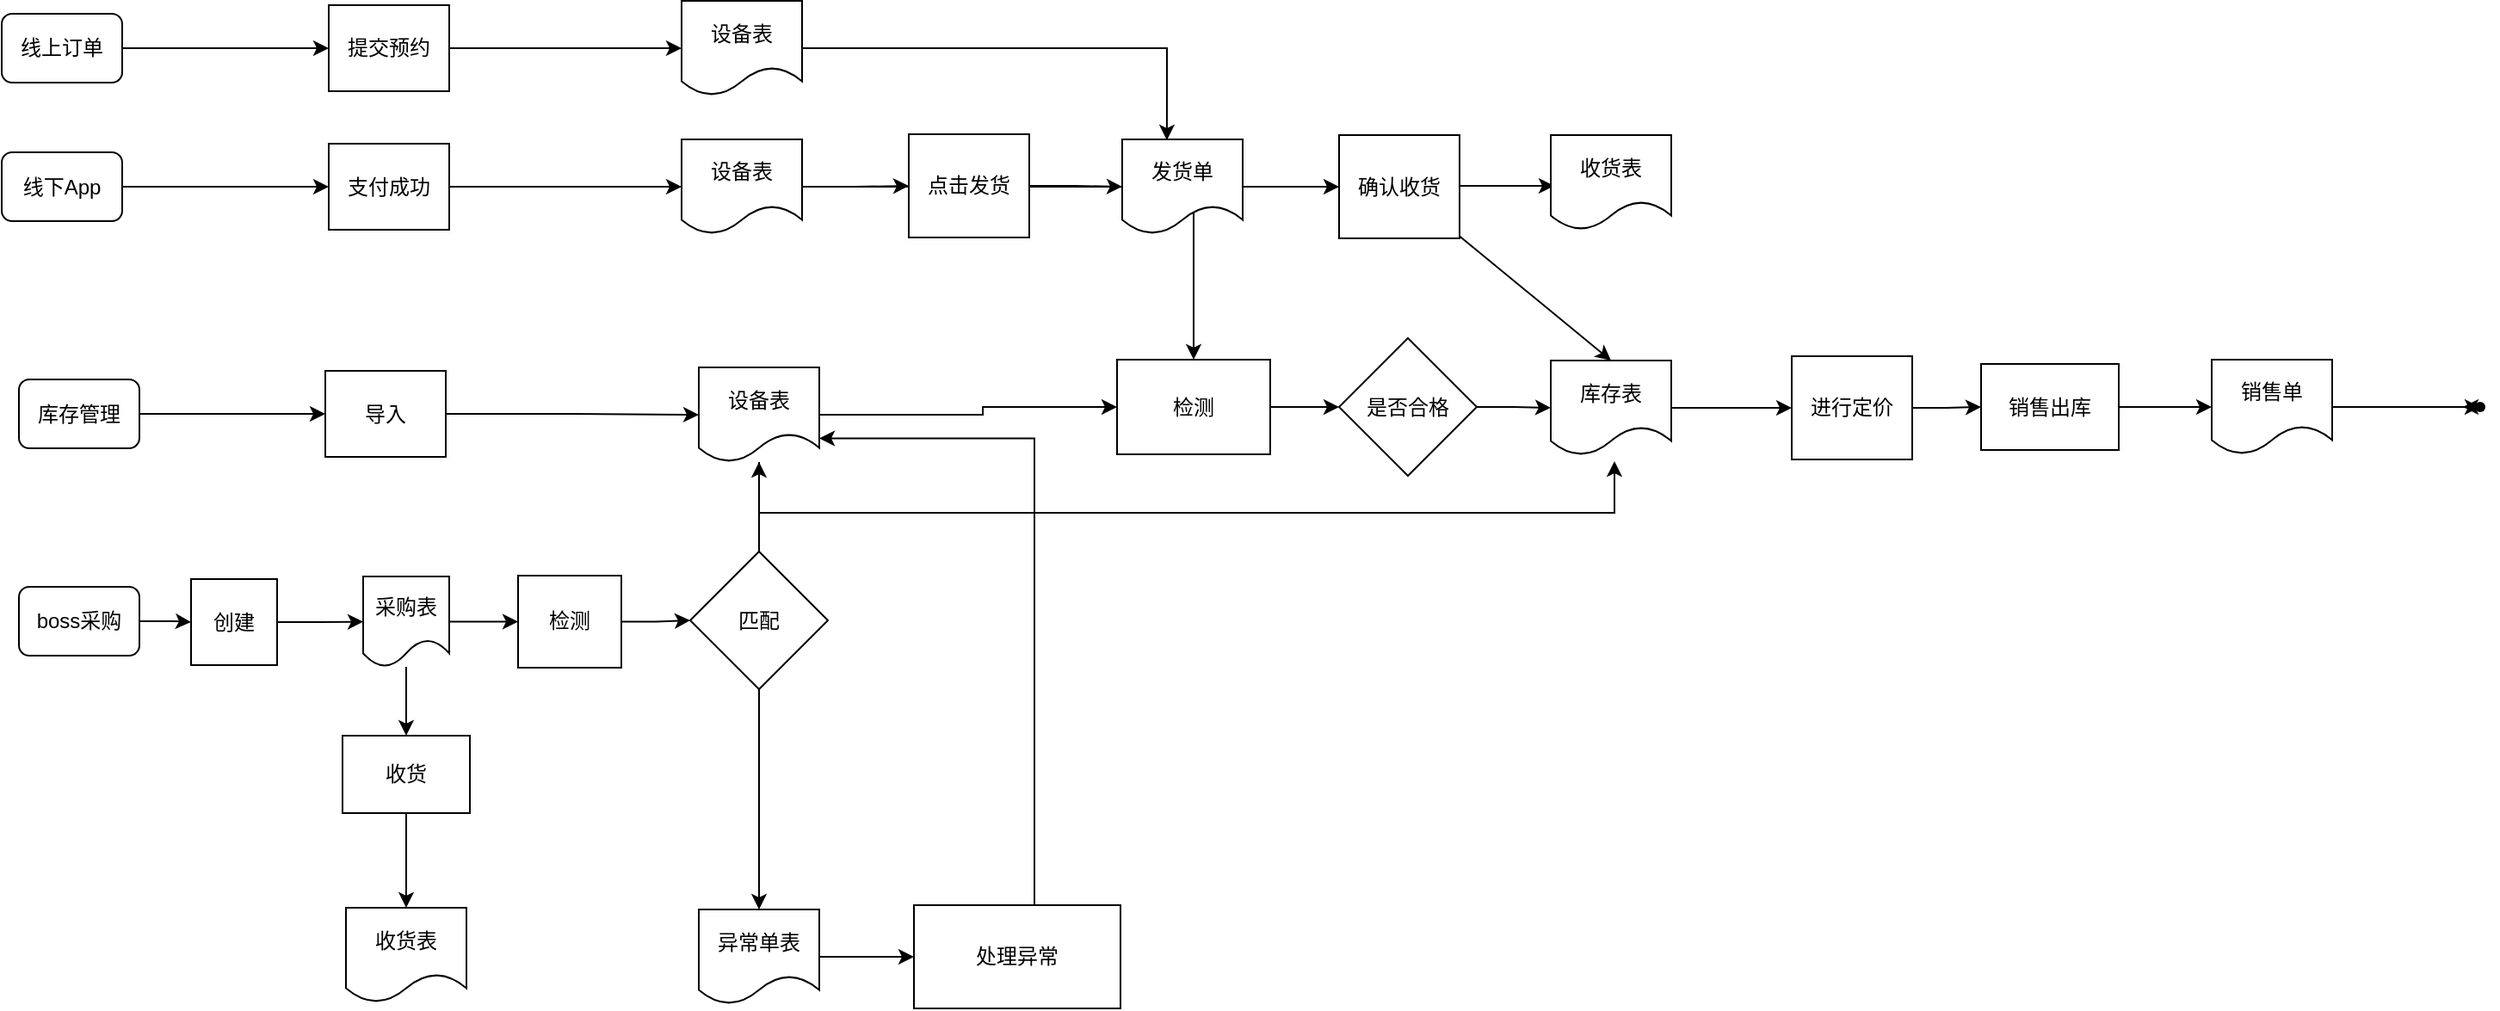
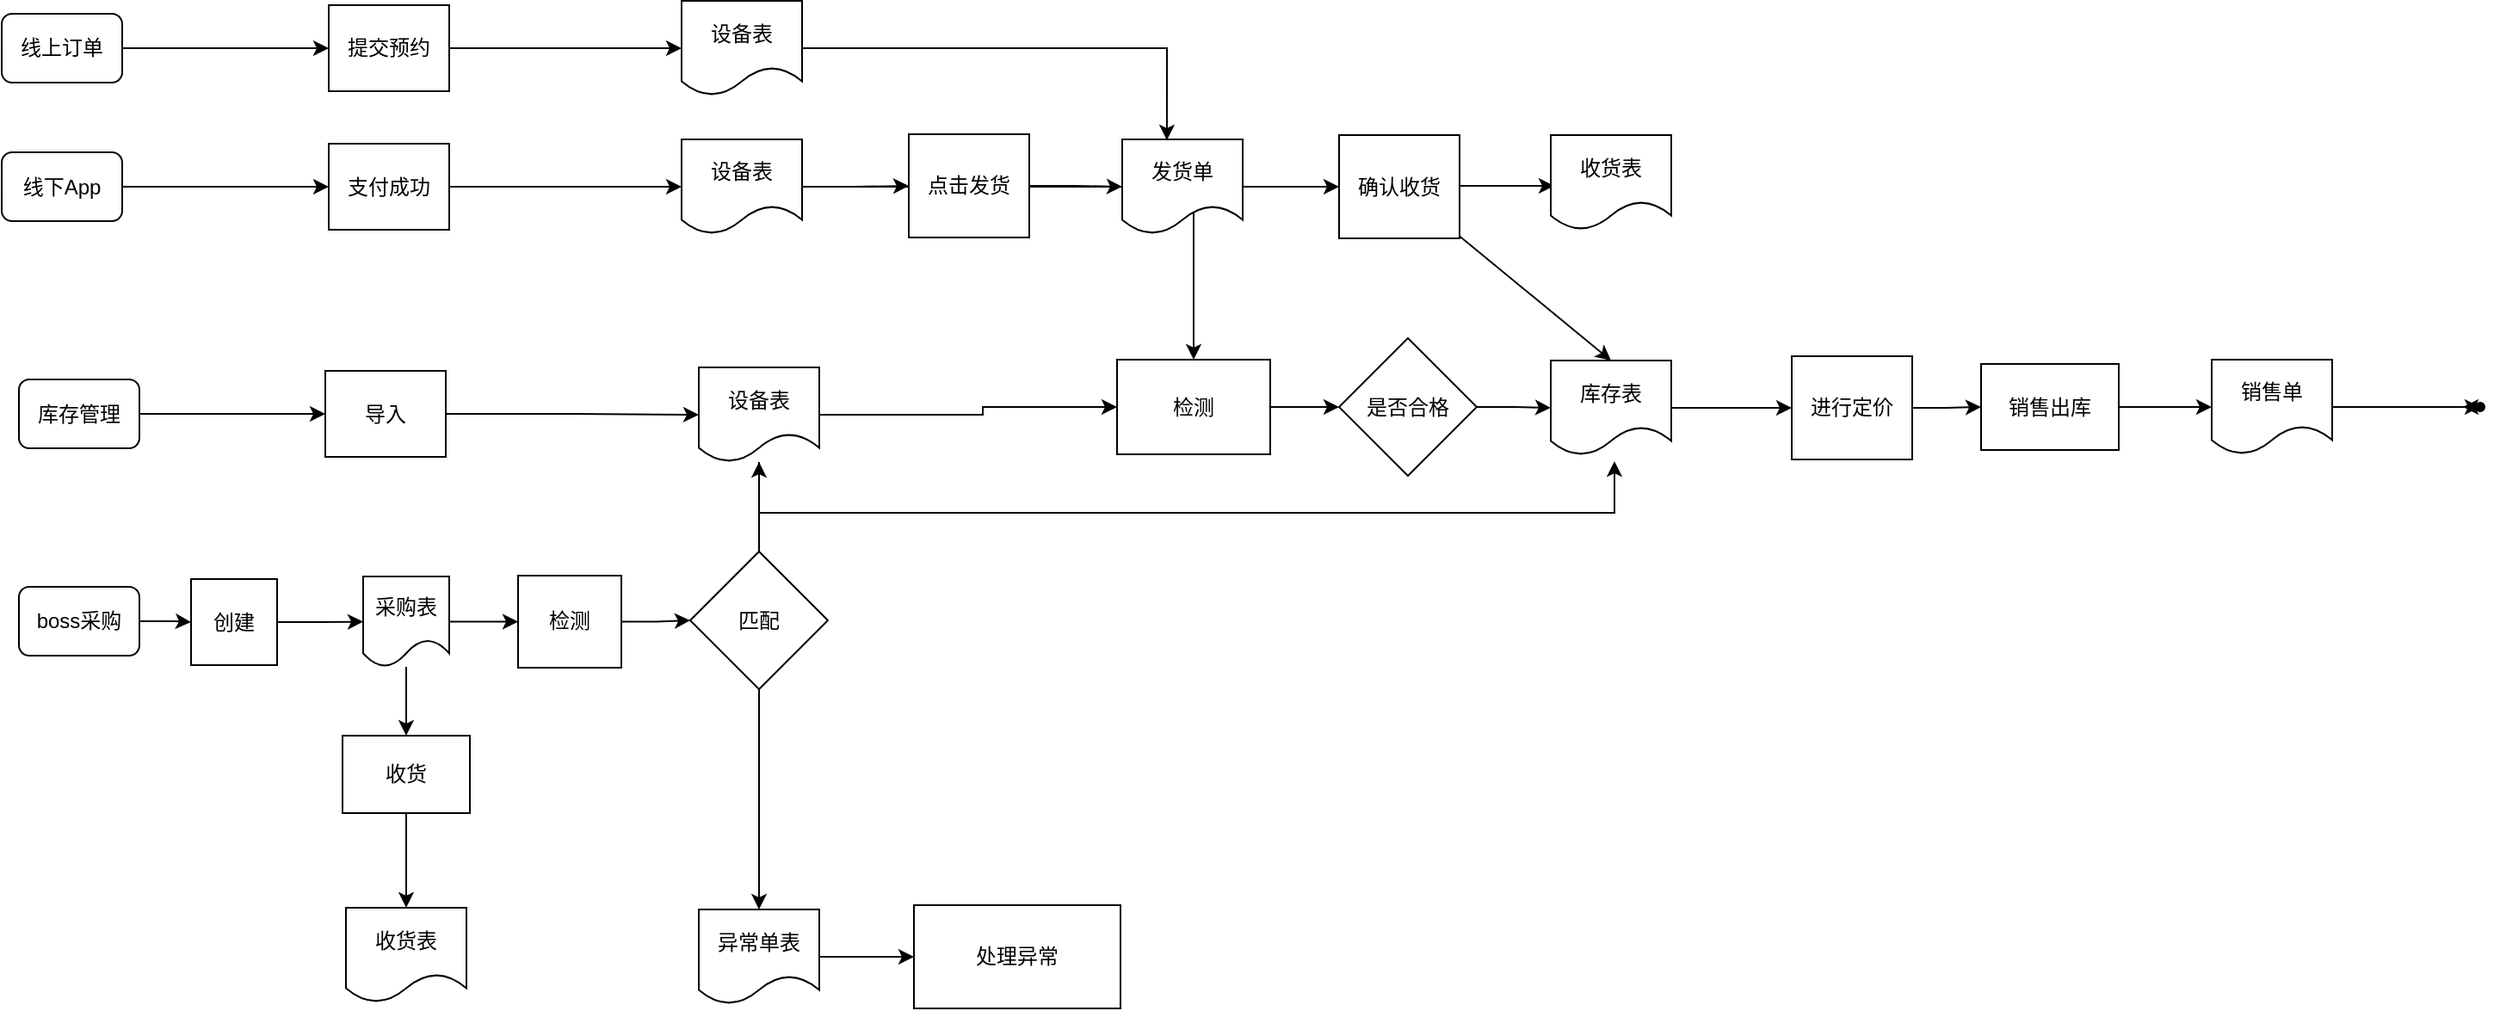
<mxfile host="app.diagrams.net">
  <diagram name="第 1 页" id="s3CgnVwbfZmktE_ADOAM">
    <mxGraphModel dx="1884" dy="764" grid="1" gridSize="10" guides="1" tooltips="1" connect="1" arrows="1" fold="1" page="1" pageScale="1" pageWidth="827" pageHeight="1169" math="0" shadow="0">
      <root>
        <mxCell id="0" />
        <mxCell id="1" parent="0" />
        <mxCell id="9bAV4iDaCewVaVFpZhyE-6" edge="1" parent="1" source="9bAV4iDaCewVaVFpZhyE-1" style="edgeStyle=orthogonalEdgeStyle;rounded=0;orthogonalLoop=1;jettySize=auto;html=1;entryX=0;entryY=0.5;entryDx=0;entryDy=0;" target="9bAV4iDaCewVaVFpZhyE-5">
          <mxGeometry relative="1" as="geometry" />
        </mxCell>
        <mxCell id="9bAV4iDaCewVaVFpZhyE-1" parent="1" style="rounded=1;whiteSpace=wrap;html=1;" value="线上订单" vertex="1">
          <mxGeometry height="40" width="70" x="100" y="200" as="geometry" />
        </mxCell>
        <mxCell id="9bAV4iDaCewVaVFpZhyE-8" edge="1" parent="1" source="9bAV4iDaCewVaVFpZhyE-2" style="edgeStyle=orthogonalEdgeStyle;rounded=0;orthogonalLoop=1;jettySize=auto;html=1;entryX=0;entryY=0.5;entryDx=0;entryDy=0;" target="9bAV4iDaCewVaVFpZhyE-7">
          <mxGeometry relative="1" as="geometry" />
        </mxCell>
        <mxCell id="9bAV4iDaCewVaVFpZhyE-2" parent="1" style="rounded=1;whiteSpace=wrap;html=1;" value="线下App" vertex="1">
          <mxGeometry height="40" width="70" x="100" y="280.5" as="geometry" />
        </mxCell>
        <mxCell id="9bAV4iDaCewVaVFpZhyE-18" edge="1" parent="1" source="9bAV4iDaCewVaVFpZhyE-4" style="edgeStyle=orthogonalEdgeStyle;rounded=0;orthogonalLoop=1;jettySize=auto;html=1;entryX=0;entryY=0.5;entryDx=0;entryDy=0;" target="9bAV4iDaCewVaVFpZhyE-17">
          <mxGeometry relative="1" as="geometry" />
        </mxCell>
        <mxCell id="9bAV4iDaCewVaVFpZhyE-4" parent="1" style="rounded=1;whiteSpace=wrap;html=1;" value="boss采购" vertex="1">
          <mxGeometry height="40" width="70" x="110" y="533" as="geometry" />
        </mxCell>
        <mxCell id="9bAV4iDaCewVaVFpZhyE-13" edge="1" parent="1" source="9bAV4iDaCewVaVFpZhyE-5" style="edgeStyle=orthogonalEdgeStyle;rounded=0;orthogonalLoop=1;jettySize=auto;html=1;entryX=0;entryY=0.5;entryDx=0;entryDy=0;" target="9bAV4iDaCewVaVFpZhyE-10">
          <mxGeometry relative="1" as="geometry" />
        </mxCell>
        <mxCell id="9bAV4iDaCewVaVFpZhyE-5" parent="1" style="rounded=0;whiteSpace=wrap;html=1;" value="提交预约" vertex="1">
          <mxGeometry height="50" width="70" x="290" y="195" as="geometry" />
        </mxCell>
        <mxCell id="9bAV4iDaCewVaVFpZhyE-14" edge="1" parent="1" source="9bAV4iDaCewVaVFpZhyE-7" style="edgeStyle=orthogonalEdgeStyle;rounded=0;orthogonalLoop=1;jettySize=auto;html=1;entryX=0;entryY=0.5;entryDx=0;entryDy=0;" target="9bAV4iDaCewVaVFpZhyE-11">
          <mxGeometry relative="1" as="geometry" />
        </mxCell>
        <mxCell id="9bAV4iDaCewVaVFpZhyE-7" parent="1" style="rounded=0;whiteSpace=wrap;html=1;" value="支付成功" vertex="1">
          <mxGeometry height="50" width="70" x="290" y="275.5" as="geometry" />
        </mxCell>
        <mxCell id="GVKssT9AvyQaVMVPeHK4-81" edge="1" parent="1" source="9bAV4iDaCewVaVFpZhyE-9" style="edgeStyle=orthogonalEdgeStyle;rounded=0;orthogonalLoop=1;jettySize=auto;html=1;" target="GVKssT9AvyQaVMVPeHK4-80" value="">
          <mxGeometry relative="1" as="geometry" />
        </mxCell>
        <mxCell id="9bAV4iDaCewVaVFpZhyE-9" parent="1" style="rounded=0;whiteSpace=wrap;html=1;" value="收货" vertex="1">
          <mxGeometry height="45" width="74" x="298" y="619.5" as="geometry" />
        </mxCell>
        <mxCell id="9bAV4iDaCewVaVFpZhyE-10" parent="1" style="shape=document;whiteSpace=wrap;html=1;boundedLbl=1;" value="设备表" vertex="1">
          <mxGeometry height="55" width="70" x="495" y="192.5" as="geometry" />
        </mxCell>
        <mxCell id="GVKssT9AvyQaVMVPeHK4-16" edge="1" parent="1" source="9bAV4iDaCewVaVFpZhyE-11" style="edgeStyle=orthogonalEdgeStyle;rounded=0;orthogonalLoop=1;jettySize=auto;html=1;entryX=0.5;entryY=0;entryDx=0;entryDy=0;" target="GVKssT9AvyQaVMVPeHK4-11">
          <mxGeometry relative="1" as="geometry" />
        </mxCell>
        <mxCell id="GVKssT9AvyQaVMVPeHK4-46" edge="1" parent="1" source="9bAV4iDaCewVaVFpZhyE-11" style="edgeStyle=orthogonalEdgeStyle;rounded=0;orthogonalLoop=1;jettySize=auto;html=1;entryX=0;entryY=0.5;entryDx=0;entryDy=0;" target="GVKssT9AvyQaVMVPeHK4-45">
          <mxGeometry relative="1" as="geometry" />
        </mxCell>
        <mxCell id="9bAV4iDaCewVaVFpZhyE-11" parent="1" style="shape=document;whiteSpace=wrap;html=1;boundedLbl=1;" value="设备表" vertex="1">
          <mxGeometry height="55" width="70" x="495" y="273" as="geometry" />
        </mxCell>
        <mxCell id="9bAV4iDaCewVaVFpZhyE-20" edge="1" parent="1" source="9bAV4iDaCewVaVFpZhyE-17" style="edgeStyle=orthogonalEdgeStyle;rounded=0;orthogonalLoop=1;jettySize=auto;html=1;entryX=0;entryY=0.5;entryDx=0;entryDy=0;" target="9bAV4iDaCewVaVFpZhyE-19">
          <mxGeometry relative="1" as="geometry" />
        </mxCell>
        <mxCell id="9bAV4iDaCewVaVFpZhyE-17" parent="1" style="rounded=0;whiteSpace=wrap;html=1;" value="创建" vertex="1">
          <mxGeometry height="50" width="50" x="210" y="528.5" as="geometry" />
        </mxCell>
        <mxCell id="GVKssT9AvyQaVMVPeHK4-70" edge="1" parent="1" source="9bAV4iDaCewVaVFpZhyE-19" style="edgeStyle=orthogonalEdgeStyle;rounded=0;orthogonalLoop=1;jettySize=auto;html=1;" target="9bAV4iDaCewVaVFpZhyE-9" value="">
          <mxGeometry relative="1" as="geometry" />
        </mxCell>
        <mxCell id="GVKssT9AvyQaVMVPeHK4-86" edge="1" parent="1" source="9bAV4iDaCewVaVFpZhyE-19" style="edgeStyle=orthogonalEdgeStyle;rounded=0;orthogonalLoop=1;jettySize=auto;html=1;" target="GVKssT9AvyQaVMVPeHK4-85" value="">
          <mxGeometry relative="1" as="geometry" />
        </mxCell>
        <mxCell id="9bAV4iDaCewVaVFpZhyE-19" parent="1" style="shape=document;whiteSpace=wrap;html=1;boundedLbl=1;" value="采购表" vertex="1">
          <mxGeometry height="52.5" width="50" x="310" y="527" as="geometry" />
        </mxCell>
        <mxCell id="GVKssT9AvyQaVMVPeHK4-67" edge="1" parent="1" source="GVKssT9AvyQaVMVPeHK4-10" style="edgeStyle=orthogonalEdgeStyle;rounded=0;orthogonalLoop=1;jettySize=auto;html=1;" target="GVKssT9AvyQaVMVPeHK4-13" value="">
          <mxGeometry relative="1" as="geometry" />
        </mxCell>
        <mxCell id="GVKssT9AvyQaVMVPeHK4-10" parent="1" style="rhombus;whiteSpace=wrap;html=1;" value="是否合格" vertex="1">
          <mxGeometry height="80" width="80" x="877" y="388.5" as="geometry" />
        </mxCell>
        <mxCell id="GVKssT9AvyQaVMVPeHK4-74" edge="1" parent="1" source="GVKssT9AvyQaVMVPeHK4-11" style="edgeStyle=orthogonalEdgeStyle;rounded=0;orthogonalLoop=1;jettySize=auto;html=1;" target="GVKssT9AvyQaVMVPeHK4-10" value="">
          <mxGeometry relative="1" as="geometry" />
        </mxCell>
        <mxCell id="GVKssT9AvyQaVMVPeHK4-11" parent="1" style="rounded=0;whiteSpace=wrap;html=1;" value="&lt;span style=&quot;text-align: left;&quot;&gt;检测&lt;/span&gt;" vertex="1">
          <mxGeometry height="55" width="89" x="748" y="401" as="geometry" />
        </mxCell>
        <mxCell id="GVKssT9AvyQaVMVPeHK4-60" edge="1" parent="1" source="GVKssT9AvyQaVMVPeHK4-13" style="edgeStyle=orthogonalEdgeStyle;rounded=0;orthogonalLoop=1;jettySize=auto;html=1;" target="GVKssT9AvyQaVMVPeHK4-19" value="">
          <mxGeometry relative="1" as="geometry" />
        </mxCell>
        <mxCell id="GVKssT9AvyQaVMVPeHK4-13" parent="1" style="shape=document;whiteSpace=wrap;html=1;boundedLbl=1;" value="库存表" vertex="1">
          <mxGeometry height="55" width="70" x="1000" y="401.5" as="geometry" />
        </mxCell>
        <mxCell id="GVKssT9AvyQaVMVPeHK4-22" edge="1" parent="1" source="GVKssT9AvyQaVMVPeHK4-19" style="edgeStyle=orthogonalEdgeStyle;rounded=0;orthogonalLoop=1;jettySize=auto;html=1;" target="GVKssT9AvyQaVMVPeHK4-21" value="">
          <mxGeometry relative="1" as="geometry" />
        </mxCell>
        <mxCell id="GVKssT9AvyQaVMVPeHK4-19" parent="1" style="rounded=0;whiteSpace=wrap;html=1;" value="进行定价" vertex="1">
          <mxGeometry height="60" width="70" x="1140" y="399" as="geometry" />
        </mxCell>
        <mxCell id="GVKssT9AvyQaVMVPeHK4-25" edge="1" parent="1" source="GVKssT9AvyQaVMVPeHK4-21" style="edgeStyle=orthogonalEdgeStyle;rounded=0;orthogonalLoop=1;jettySize=auto;html=1;" target="GVKssT9AvyQaVMVPeHK4-24" value="">
          <mxGeometry relative="1" as="geometry" />
        </mxCell>
        <mxCell id="GVKssT9AvyQaVMVPeHK4-21" parent="1" style="whiteSpace=wrap;html=1;rounded=0;" value="销售出库" vertex="1">
          <mxGeometry height="50" width="80" x="1250" y="403.5" as="geometry" />
        </mxCell>
        <mxCell id="GVKssT9AvyQaVMVPeHK4-62" edge="1" parent="1" source="GVKssT9AvyQaVMVPeHK4-61" style="edgeStyle=orthogonalEdgeStyle;rounded=0;orthogonalLoop=1;jettySize=auto;html=1;" value="">
          <mxGeometry relative="1" as="geometry">
            <mxPoint x="1530" y="429" as="targetPoint" />
          </mxGeometry>
        </mxCell>
        <mxCell id="GVKssT9AvyQaVMVPeHK4-24" parent="1" style="shape=document;whiteSpace=wrap;html=1;boundedLbl=1;" value="销售单" vertex="1">
          <mxGeometry height="55" width="70" x="1384" y="401" as="geometry" />
        </mxCell>
        <mxCell id="GVKssT9AvyQaVMVPeHK4-50" edge="1" parent="1" source="GVKssT9AvyQaVMVPeHK4-26" style="edgeStyle=orthogonalEdgeStyle;rounded=0;orthogonalLoop=1;jettySize=auto;html=1;" target="GVKssT9AvyQaVMVPeHK4-49" value="">
          <mxGeometry relative="1" as="geometry" />
        </mxCell>
        <mxCell id="GVKssT9AvyQaVMVPeHK4-26" parent="1" style="shape=document;whiteSpace=wrap;html=1;boundedLbl=1;" value="发货单" vertex="1">
          <mxGeometry height="55" width="70" x="751" y="273" as="geometry" />
        </mxCell>
        <mxCell id="GVKssT9AvyQaVMVPeHK4-30" edge="1" parent="1" source="9bAV4iDaCewVaVFpZhyE-2" style="edgeStyle=orthogonalEdgeStyle;rounded=0;orthogonalLoop=1;jettySize=auto;html=1;exitX=0.5;exitY=1;exitDx=0;exitDy=0;" target="9bAV4iDaCewVaVFpZhyE-2">
          <mxGeometry relative="1" as="geometry" />
        </mxCell>
        <mxCell id="GVKssT9AvyQaVMVPeHK4-31" edge="1" parent="1" style="edgeStyle=orthogonalEdgeStyle;rounded=0;orthogonalLoop=1;jettySize=auto;html=1;exitX=0.5;exitY=1;exitDx=0;exitDy=0;">
          <mxGeometry relative="1" as="geometry">
            <mxPoint x="200" y="390" as="sourcePoint" />
            <mxPoint x="200" y="390" as="targetPoint" />
          </mxGeometry>
        </mxCell>
        <mxCell id="GVKssT9AvyQaVMVPeHK4-34" edge="1" parent="1" source="GVKssT9AvyQaVMVPeHK4-32" style="edgeStyle=orthogonalEdgeStyle;rounded=0;orthogonalLoop=1;jettySize=auto;html=1;entryX=0;entryY=0.5;entryDx=0;entryDy=0;" target="GVKssT9AvyQaVMVPeHK4-33">
          <mxGeometry relative="1" as="geometry" />
        </mxCell>
        <mxCell id="GVKssT9AvyQaVMVPeHK4-32" parent="1" style="rounded=1;whiteSpace=wrap;html=1;" value="库存管理" vertex="1">
          <mxGeometry height="40" width="70" x="110" y="412.5" as="geometry" />
        </mxCell>
        <mxCell id="GVKssT9AvyQaVMVPeHK4-33" parent="1" style="rounded=0;whiteSpace=wrap;html=1;" value="导入" vertex="1">
          <mxGeometry height="50" width="70" x="288" y="407.5" as="geometry" />
        </mxCell>
        <mxCell id="GVKssT9AvyQaVMVPeHK4-39" edge="1" parent="1" style="edgeStyle=orthogonalEdgeStyle;rounded=0;orthogonalLoop=1;jettySize=auto;html=1;exitX=0.5;exitY=1;exitDx=0;exitDy=0;">
          <mxGeometry relative="1" as="geometry">
            <mxPoint x="133" y="453.5" as="sourcePoint" />
            <mxPoint x="133" y="453.5" as="targetPoint" />
          </mxGeometry>
        </mxCell>
        <mxCell id="GVKssT9AvyQaVMVPeHK4-75" edge="1" parent="1" source="GVKssT9AvyQaVMVPeHK4-40" style="edgeStyle=orthogonalEdgeStyle;rounded=0;orthogonalLoop=1;jettySize=auto;html=1;">
          <mxGeometry relative="1" as="geometry">
            <Array as="points">
              <mxPoint x="540" y="490" />
              <mxPoint x="1037" y="490" />
            </Array>
            <mxPoint x="1037" y="460" as="targetPoint" />
          </mxGeometry>
        </mxCell>
        <mxCell id="GVKssT9AvyQaVMVPeHK4-94" edge="1" parent="1" source="GVKssT9AvyQaVMVPeHK4-40" style="edgeStyle=orthogonalEdgeStyle;rounded=0;orthogonalLoop=1;jettySize=auto;html=1;entryX=0;entryY=0.5;entryDx=0;entryDy=0;" target="GVKssT9AvyQaVMVPeHK4-11">
          <mxGeometry relative="1" as="geometry">
            <Array as="points">
              <mxPoint x="670" y="433" />
              <mxPoint x="670" y="429" />
            </Array>
          </mxGeometry>
        </mxCell>
        <mxCell id="GVKssT9AvyQaVMVPeHK4-40" parent="1" style="shape=document;whiteSpace=wrap;html=1;boundedLbl=1;" value="设备表" vertex="1">
          <mxGeometry height="55" width="70" x="505" y="405.5" as="geometry" />
        </mxCell>
        <mxCell id="GVKssT9AvyQaVMVPeHK4-41" edge="1" parent="1" source="GVKssT9AvyQaVMVPeHK4-33" style="edgeStyle=orthogonalEdgeStyle;rounded=0;orthogonalLoop=1;jettySize=auto;html=1;entryX=0;entryY=0.5;entryDx=0;entryDy=0;" target="GVKssT9AvyQaVMVPeHK4-40">
          <mxGeometry relative="1" as="geometry" />
        </mxCell>
        <mxCell id="GVKssT9AvyQaVMVPeHK4-47" edge="1" parent="1" source="GVKssT9AvyQaVMVPeHK4-45" style="edgeStyle=orthogonalEdgeStyle;rounded=0;orthogonalLoop=1;jettySize=auto;html=1;entryX=0;entryY=0.5;entryDx=0;entryDy=0;" target="GVKssT9AvyQaVMVPeHK4-26">
          <mxGeometry relative="1" as="geometry" />
        </mxCell>
        <mxCell id="GVKssT9AvyQaVMVPeHK4-45" parent="1" style="rounded=0;whiteSpace=wrap;html=1;" value="点击发货" vertex="1">
          <mxGeometry height="60" width="70" x="627" y="270" as="geometry" />
        </mxCell>
        <mxCell id="GVKssT9AvyQaVMVPeHK4-48" edge="1" parent="1" source="9bAV4iDaCewVaVFpZhyE-10" style="edgeStyle=orthogonalEdgeStyle;rounded=0;orthogonalLoop=1;jettySize=auto;html=1;entryX=0.371;entryY=0.009;entryDx=0;entryDy=0;entryPerimeter=0;" target="GVKssT9AvyQaVMVPeHK4-26">
          <mxGeometry relative="1" as="geometry" />
        </mxCell>
        <mxCell id="GVKssT9AvyQaVMVPeHK4-52" edge="1" parent="1" source="GVKssT9AvyQaVMVPeHK4-49" style="edgeStyle=orthogonalEdgeStyle;rounded=0;orthogonalLoop=1;jettySize=auto;html=1;" value="">
          <mxGeometry relative="1" as="geometry">
            <mxPoint x="1002" y="300" as="targetPoint" />
          </mxGeometry>
        </mxCell>
        <mxCell id="GVKssT9AvyQaVMVPeHK4-76" edge="1" parent="1" source="GVKssT9AvyQaVMVPeHK4-49" style="rounded=0;orthogonalLoop=1;jettySize=auto;html=1;entryX=0.5;entryY=0;entryDx=0;entryDy=0;" target="GVKssT9AvyQaVMVPeHK4-13">
          <mxGeometry relative="1" as="geometry" />
        </mxCell>
        <mxCell id="GVKssT9AvyQaVMVPeHK4-49" parent="1" style="whiteSpace=wrap;html=1;" value="确认收货" vertex="1">
          <mxGeometry height="60" width="70" x="877" y="270.5" as="geometry" />
        </mxCell>
        <mxCell id="GVKssT9AvyQaVMVPeHK4-65" edge="1" parent="1" source="GVKssT9AvyQaVMVPeHK4-24" style="edgeStyle=orthogonalEdgeStyle;rounded=0;orthogonalLoop=1;jettySize=auto;html=1;" target="GVKssT9AvyQaVMVPeHK4-61" value="">
          <mxGeometry relative="1" as="geometry">
            <mxPoint x="1454" y="429" as="sourcePoint" />
            <mxPoint x="1530" y="429" as="targetPoint" />
          </mxGeometry>
        </mxCell>
        <mxCell id="GVKssT9AvyQaVMVPeHK4-61" parent="1" style="shape=waypoint;sketch=0;size=6;pointerEvents=1;points=[];fillColor=default;resizable=0;rotatable=0;perimeter=centerPerimeter;snapToPoint=1;" value="" vertex="1">
          <mxGeometry height="20" width="20" x="1530" y="418.5" as="geometry" />
        </mxCell>
        <mxCell id="GVKssT9AvyQaVMVPeHK4-79" parent="1" style="shape=document;whiteSpace=wrap;html=1;boundedLbl=1;" value="收货表" vertex="1">
          <mxGeometry height="55" width="70" x="1000" y="270.5" as="geometry" />
        </mxCell>
        <mxCell id="GVKssT9AvyQaVMVPeHK4-80" parent="1" style="shape=document;whiteSpace=wrap;html=1;boundedLbl=1;" value="收货表" vertex="1">
          <mxGeometry height="55" width="70" x="300" y="719.5" as="geometry" />
        </mxCell>
        <mxCell id="GVKssT9AvyQaVMVPeHK4-88" edge="1" parent="1" source="GVKssT9AvyQaVMVPeHK4-85" style="edgeStyle=orthogonalEdgeStyle;rounded=0;orthogonalLoop=1;jettySize=auto;html=1;" target="GVKssT9AvyQaVMVPeHK4-87" value="">
          <mxGeometry relative="1" as="geometry" />
        </mxCell>
        <mxCell id="GVKssT9AvyQaVMVPeHK4-85" parent="1" style="rounded=0;whiteSpace=wrap;html=1;" value="&lt;span style=&quot;text-align: left;&quot;&gt;检测&lt;/span&gt;" vertex="1">
          <mxGeometry height="53.5" width="60" x="400" y="526.5" as="geometry" />
        </mxCell>
        <mxCell id="GVKssT9AvyQaVMVPeHK4-91" edge="1" parent="1" source="GVKssT9AvyQaVMVPeHK4-87" style="edgeStyle=orthogonalEdgeStyle;rounded=0;orthogonalLoop=1;jettySize=auto;html=1;" target="GVKssT9AvyQaVMVPeHK4-40" value="">
          <mxGeometry relative="1" as="geometry" />
        </mxCell>
        <mxCell id="GVKssT9AvyQaVMVPeHK4-93" edge="1" parent="1" source="GVKssT9AvyQaVMVPeHK4-87" style="edgeStyle=orthogonalEdgeStyle;rounded=0;orthogonalLoop=1;jettySize=auto;html=1;entryX=0.5;entryY=0;entryDx=0;entryDy=0;" target="GVKssT9AvyQaVMVPeHK4-92">
          <mxGeometry relative="1" as="geometry" />
        </mxCell>
        <mxCell id="GVKssT9AvyQaVMVPeHK4-87" parent="1" style="rhombus;whiteSpace=wrap;html=1;" value="匹配" vertex="1">
          <mxGeometry height="80" width="80" x="500" y="512.5" as="geometry" />
        </mxCell>
        <mxCell id="GVKssT9AvyQaVMVPeHK4-96" edge="1" parent="1" source="GVKssT9AvyQaVMVPeHK4-92" style="edgeStyle=orthogonalEdgeStyle;rounded=0;orthogonalLoop=1;jettySize=auto;html=1;" target="GVKssT9AvyQaVMVPeHK4-95" value="">
          <mxGeometry relative="1" as="geometry" />
        </mxCell>
        <mxCell id="GVKssT9AvyQaVMVPeHK4-92" parent="1" style="shape=document;whiteSpace=wrap;html=1;boundedLbl=1;" value="异常单表" vertex="1">
          <mxGeometry height="55" width="70" x="505" y="720.5" as="geometry" />
        </mxCell>
-         <mxCell id="GVKssT9AvyQaVMVPeHK4-97" edge="1" parent="1" source="GVKssT9AvyQaVMVPeHK4-95" style="edgeStyle=orthogonalEdgeStyle;rounded=0;orthogonalLoop=1;jettySize=auto;html=1;entryX=1;entryY=0.75;entryDx=0;entryDy=0;exitX=1;exitY=0.5;exitDx=0;exitDy=0;" target="GVKssT9AvyQaVMVPeHK4-40">
-           <mxGeometry relative="1" as="geometry">
-             <Array as="points">
-               <mxPoint x="700" y="748" />
-               <mxPoint x="700" y="447" />
-             </Array>
-           </mxGeometry>
-         </mxCell>
        <mxCell id="GVKssT9AvyQaVMVPeHK4-95" parent="1" style="whiteSpace=wrap;html=1;" value="处理异常" vertex="1">
          <mxGeometry height="60" width="120" x="630" y="718" as="geometry" />
        </mxCell>
      </root>
    </mxGraphModel>
  </diagram>
</mxfile>
